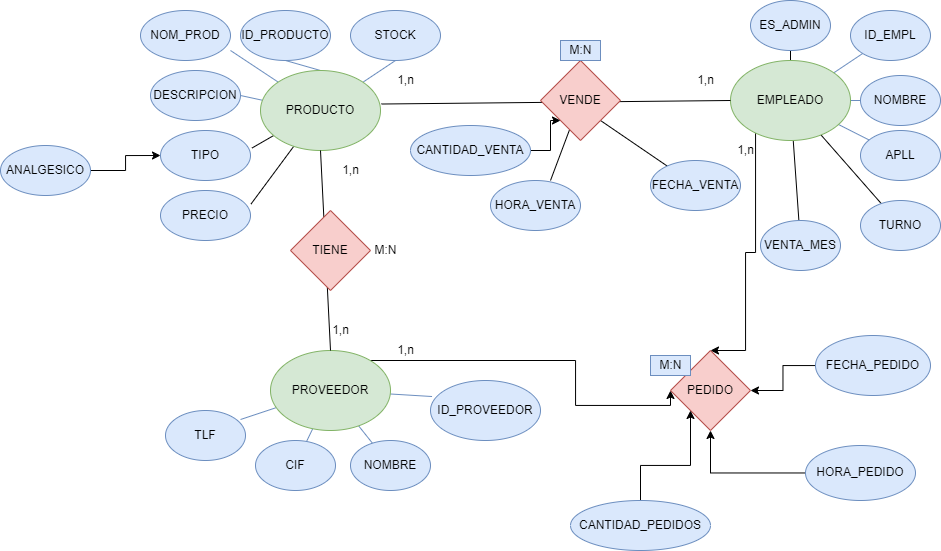
This is Documentacion/MER.png from JunZH0/proyectoIntegradorUEM, a draw.io export, as it was before one commit. Source tidied: cells renumbered, new cells last; positions are measured from the earlier drawing's top-left corner, leaving out a move shared by most shapes.
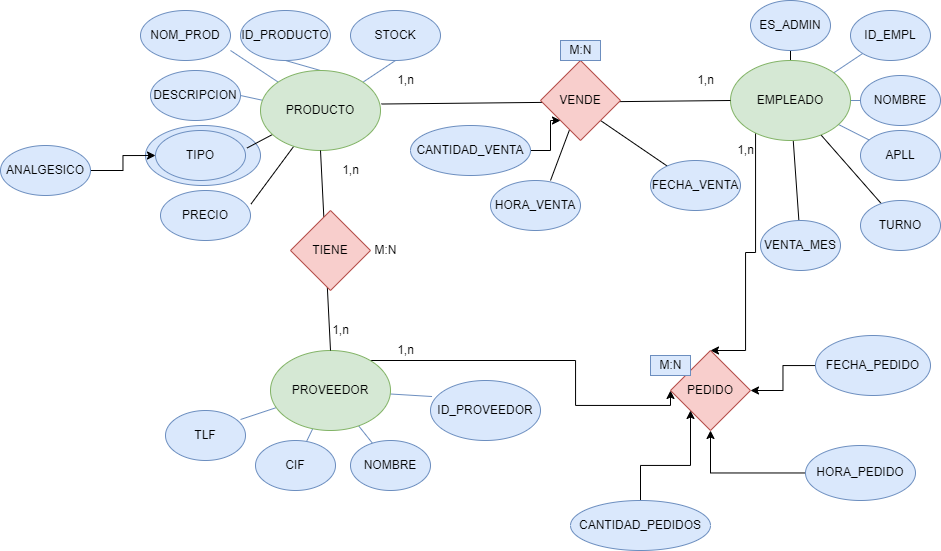
After the change.

Commit message:
Actualizado MER y subido .drawio a Drive

Change to the diagram source:
```diff
@@ -2,6 +2,9 @@
   <root>
     <mxCell id="0" />
     <mxCell id="1" parent="0" />
+    <mxCell id="67" style="ellipse;whiteSpace=wrap;html=1;fillColor=#dae8fc;strokeColor=#6c8ebf;" parent="1" vertex="1">
+      <mxGeometry x="145" y="125" width="115" height="60" as="geometry" />
+    </mxCell>
     <mxCell id="2" style="edgeStyle=none;rounded=0;jettySize=auto;html=1;exitX=1;exitY=0;exitDx=0;exitDy=0;entryX=0.5;entryY=1;entryDx=0;entryDy=0;endArrow=none;endFill=0;fillColor=#dae8fc;strokeColor=#6c8ebf;" parent="1" edge="1" source="8" target="46">
       <mxGeometry relative="1" as="geometry" />
     </mxCell>
@@ -144,7 +147,7 @@
       <mxGeometry x="140" y="10" width="90" height="50" as="geometry" />
     </mxCell>
     <mxCell id="45" value="TIPO" style="ellipse;whiteSpace=wrap;html=1;fillColor=#dae8fc;strokeColor=#6c8ebf;" parent="1" vertex="1">
-      <mxGeometry x="160" y="130" width="90" height="50" as="geometry" />
+      <mxGeometry x="155" y="130" width="90" height="50" as="geometry" />
     </mxCell>
     <mxCell id="46" value="STOCK" style="ellipse;whiteSpace=wrap;html=1;fillColor=#dae8fc;strokeColor=#6c8ebf;" parent="1" vertex="1">
       <mxGeometry x="350" y="10" width="90" height="50" as="geometry" />
```
